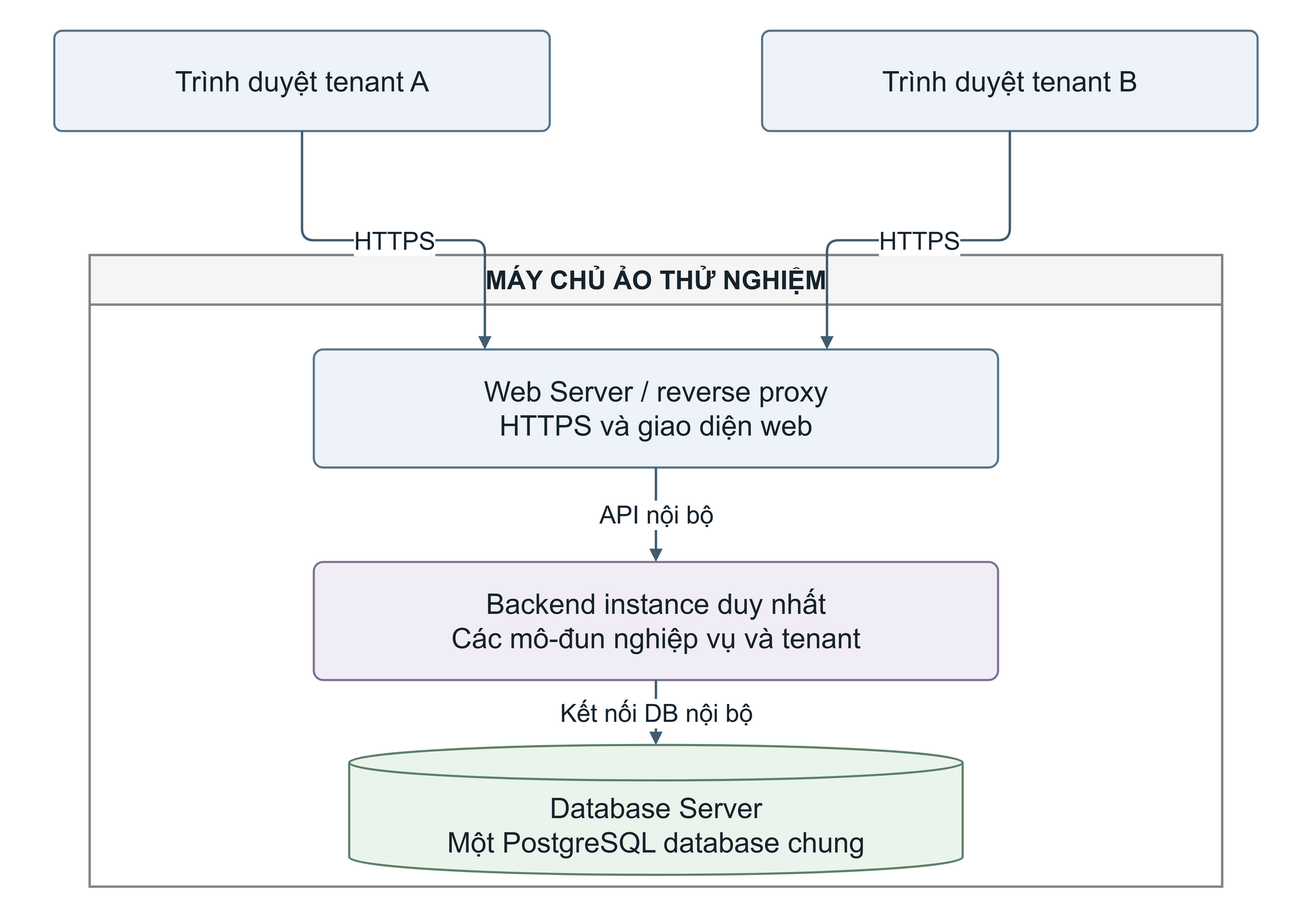
Above: output/report-theo-dany/figures/editable-png/hinh_3_7_trien_khai.drawio.png in Hungcb123/NCKH-Hung (draw.io), before the change. Source tidied: cells renumbered, new cells last; positions are measured from the earlier drawing's top-left corner, leaving out a move shared by most shapes. Its diagram source:
```xml
<mxGraphModel background="#ffffff">
  <root>
    <mxCell id="0" />
    <mxCell id="1" parent="0" />
    <mxCell id="2" style="html=1;whiteSpace=wrap;fontFamily=Arial;fontColor=#16232D;fontSize=24;spacing=10;align=center;verticalAlign=middle;fillColor=none;strokeColor=none;" parent="1" vertex="1">
      <mxGeometry width="1100" height="760" as="geometry" />
    </mxCell>
    <mxCell id="3" value="Trình duyệt tenant A" style="html=1;whiteSpace=wrap;fontFamily=Arial;fontColor=#16232D;fontSize=24;spacing=10;align=center;verticalAlign=middle;rounded=1;arcSize=8;fillColor=#EDF3F8;strokeColor=#57748C;strokeWidth=1.8;" parent="1" vertex="1">
      <mxGeometry x="40" y="20" width="420" height="85" as="geometry" />
    </mxCell>
    <mxCell id="4" value="Trình duyệt tenant B" style="html=1;whiteSpace=wrap;fontFamily=Arial;fontColor=#16232D;fontSize=24;spacing=10;align=center;verticalAlign=middle;rounded=1;arcSize=8;fillColor=#EDF3F8;strokeColor=#57748C;strokeWidth=1.8;" parent="1" vertex="1">
      <mxGeometry x="640" y="20" width="420" height="85" as="geometry" />
    </mxCell>
    <mxCell id="5" value="MÁY CHỦ ẢO THỬ NGHIỆM" style="html=1;whiteSpace=wrap;fontFamily=Arial;fontColor=#16232D;fontSize=24;spacing=10;align=center;verticalAlign=middle;swimlane;startSize=42;horizontal=1;fontSize=22;fontStyle=1;fillColor=#F5F5F5;swimlaneFillColor=#FFFFFF;strokeColor=#7D858B;strokeWidth=2;" parent="1" vertex="1">
      <mxGeometry x="70" y="210" width="960" height="535" as="geometry" />
    </mxCell>
    <mxCell id="6" value="Web Server / reverse proxy&#10;HTTPS và giao diện web" style="html=1;whiteSpace=wrap;fontFamily=Arial;fontColor=#16232D;fontSize=24;spacing=10;align=center;verticalAlign=middle;rounded=1;arcSize=8;fillColor=#EDF3F8;strokeColor=#57748C;strokeWidth=1.8;" parent="1" vertex="1">
      <mxGeometry x="260" y="290" width="580" height="100" as="geometry" />
    </mxCell>
    <mxCell id="7" value="Backend instance duy nhất&#10;Các mô-đun nghiệp vụ và tenant" style="html=1;whiteSpace=wrap;fontFamily=Arial;fontColor=#16232D;fontSize=24;spacing=10;align=center;verticalAlign=middle;rounded=1;arcSize=8;fillColor=#F1EDF7;strokeColor=#837294;strokeWidth=1.8;" parent="1" vertex="1">
      <mxGeometry x="260" y="470" width="580" height="100" as="geometry" />
    </mxCell>
    <mxCell id="8" value="Database Server&#10;Một PostgreSQL database chung" style="html=1;whiteSpace=wrap;fontFamily=Arial;fontColor=#16232D;fontSize=24;spacing=10;align=center;verticalAlign=middle;shape=cylinder3;size=15;boundedLbl=1;fillColor=#EAF4EC;strokeColor=#5C8168;strokeWidth=1.8;" parent="1" vertex="1">
      <mxGeometry x="290" y="625" width="520" height="110" as="geometry" />
    </mxCell>
    <mxCell id="9" value="HTTPS" style="edgeStyle=orthogonalEdgeStyle;rounded=1;jettySize=auto;html=1;fontFamily=Arial;fontSize=21;fontColor=#16232D;labelBackgroundColor=#FFFFFF;strokeColor=#425C70;strokeWidth=2;endArrow=block;endFill=1;exitX=0.5;exitY=1;entryX=0.25;entryY=0;" parent="1" edge="1" source="3" target="6">
      <mxGeometry relative="1" as="geometry" />
    </mxCell>
    <mxCell id="10" value="HTTPS" style="edgeStyle=orthogonalEdgeStyle;rounded=1;jettySize=auto;html=1;fontFamily=Arial;fontSize=21;fontColor=#16232D;labelBackgroundColor=#FFFFFF;strokeColor=#425C70;strokeWidth=2;endArrow=block;endFill=1;exitX=0.5;exitY=1;entryX=0.75;entryY=0;" parent="1" edge="1" source="4" target="6">
      <mxGeometry relative="1" as="geometry" />
    </mxCell>
    <mxCell id="11" value="API nội bộ" style="edgeStyle=orthogonalEdgeStyle;rounded=1;jettySize=auto;html=1;fontFamily=Arial;fontSize=21;fontColor=#16232D;labelBackgroundColor=#FFFFFF;strokeColor=#425C70;strokeWidth=2;endArrow=block;endFill=1;exitX=0.5;exitY=1;entryX=0.5;entryY=0;" parent="1" edge="1" source="6" target="7">
      <mxGeometry relative="1" as="geometry" />
    </mxCell>
    <mxCell id="12" value="Kết nối DB nội bộ" style="edgeStyle=orthogonalEdgeStyle;rounded=1;jettySize=auto;html=1;fontFamily=Arial;fontSize=21;fontColor=#16232D;labelBackgroundColor=#FFFFFF;strokeColor=#425C70;strokeWidth=2;endArrow=block;endFill=1;exitX=0.5;exitY=1;entryX=0.5;entryY=0;" parent="1" edge="1" source="7" target="8">
      <mxGeometry relative="1" as="geometry" />
    </mxCell>
  </root>
</mxGraphModel>
```
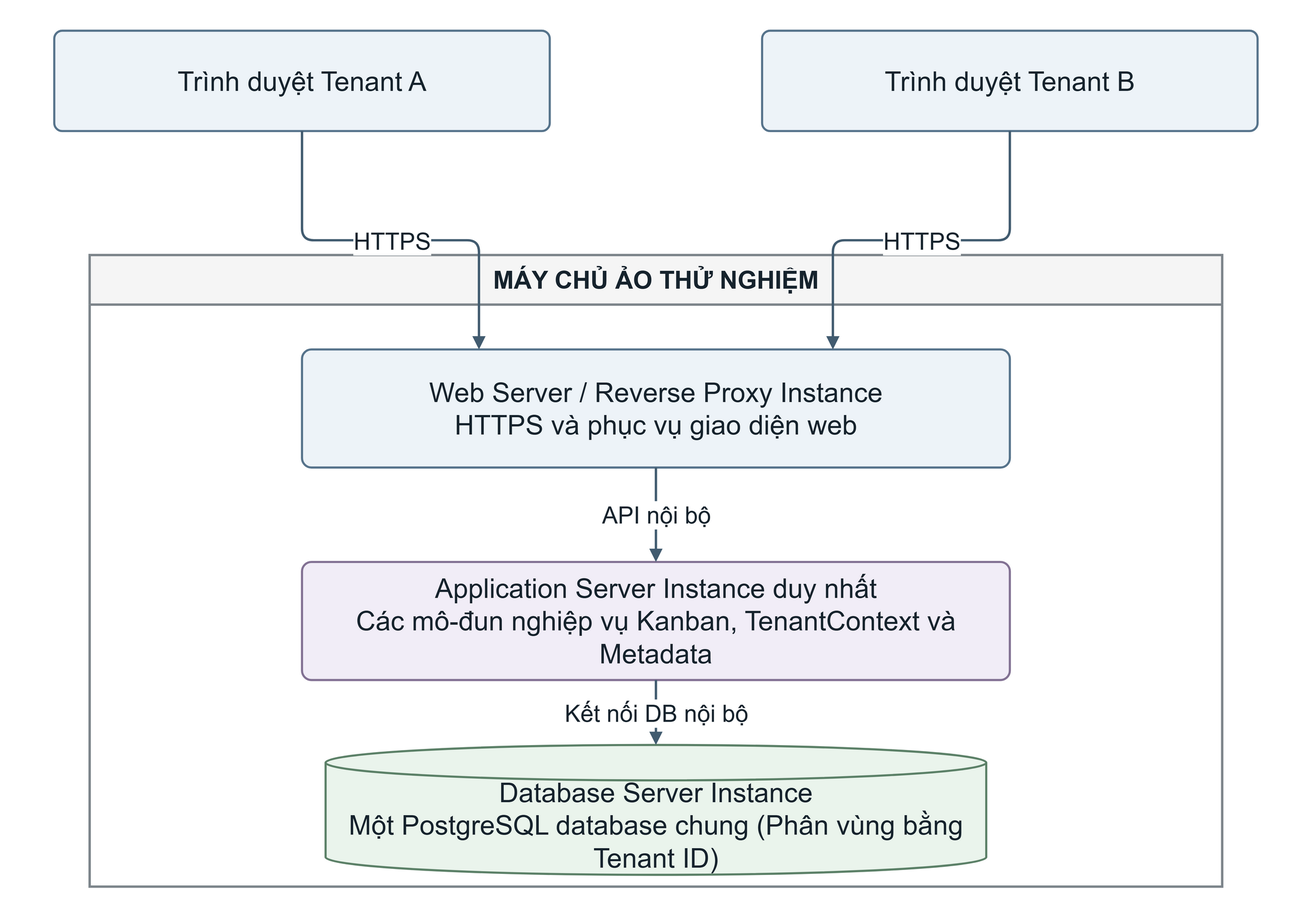
Later version of the same file.

The edit, as a diff of the source:
```diff
@@ -5,34 +5,34 @@
     <mxCell id="2" style="html=1;whiteSpace=wrap;fontFamily=Arial;fontColor=#16232D;fontSize=24;spacing=10;align=center;verticalAlign=middle;fillColor=none;strokeColor=none;" parent="1" vertex="1">
       <mxGeometry width="1100" height="760" as="geometry" />
     </mxCell>
-    <mxCell id="3" value="Trình duyệt tenant A" style="html=1;whiteSpace=wrap;fontFamily=Arial;fontColor=#16232D;fontSize=24;spacing=10;align=center;verticalAlign=middle;rounded=1;arcSize=8;fillColor=#EDF3F8;strokeColor=#57748C;strokeWidth=1.8;" parent="1" vertex="1">
+    <mxCell id="3" value="Trình duyệt Tenant A" style="html=1;whiteSpace=wrap;fontFamily=Arial;fontColor=#16232D;fontSize=24;spacing=10;align=center;verticalAlign=middle;rounded=1;arcSize=8;fontSize=23;fillColor=#EDF3F8;strokeColor=#57748C;strokeWidth=1.8;" parent="1" vertex="1">
       <mxGeometry x="40" y="20" width="420" height="85" as="geometry" />
     </mxCell>
-    <mxCell id="4" value="Trình duyệt tenant B" style="html=1;whiteSpace=wrap;fontFamily=Arial;fontColor=#16232D;fontSize=24;spacing=10;align=center;verticalAlign=middle;rounded=1;arcSize=8;fillColor=#EDF3F8;strokeColor=#57748C;strokeWidth=1.8;" parent="1" vertex="1">
+    <mxCell id="4" value="Trình duyệt Tenant B" style="html=1;whiteSpace=wrap;fontFamily=Arial;fontColor=#16232D;fontSize=24;spacing=10;align=center;verticalAlign=middle;rounded=1;arcSize=8;fontSize=23;fillColor=#EDF3F8;strokeColor=#57748C;strokeWidth=1.8;" parent="1" vertex="1">
       <mxGeometry x="640" y="20" width="420" height="85" as="geometry" />
     </mxCell>
-    <mxCell id="5" value="MÁY CHỦ ẢO THỬ NGHIỆM" style="html=1;whiteSpace=wrap;fontFamily=Arial;fontColor=#16232D;fontSize=24;spacing=10;align=center;verticalAlign=middle;swimlane;startSize=42;horizontal=1;fontSize=22;fontStyle=1;fillColor=#F5F5F5;swimlaneFillColor=#FFFFFF;strokeColor=#7D858B;strokeWidth=2;" parent="1" vertex="1">
+    <mxCell id="5" value="MÁY CHỦ ẢO THỬ NGHIỆM" style="html=1;whiteSpace=wrap;fontFamily=Arial;fontColor=#16232D;fontSize=24;spacing=10;align=center;verticalAlign=middle;swimlane;startSize=42;horizontal=1;fontSize=21;fontStyle=1;fillColor=#F5F5F5;swimlaneFillColor=#FFFFFF;strokeColor=#7D858B;strokeWidth=2;" parent="1" vertex="1">
       <mxGeometry x="70" y="210" width="960" height="535" as="geometry" />
     </mxCell>
-    <mxCell id="6" value="Web Server / reverse proxy&#10;HTTPS và giao diện web" style="html=1;whiteSpace=wrap;fontFamily=Arial;fontColor=#16232D;fontSize=24;spacing=10;align=center;verticalAlign=middle;rounded=1;arcSize=8;fillColor=#EDF3F8;strokeColor=#57748C;strokeWidth=1.8;" parent="1" vertex="1">
-      <mxGeometry x="260" y="290" width="580" height="100" as="geometry" />
+    <mxCell id="6" value="Web Server / Reverse Proxy Instance&#10;HTTPS và phục vụ giao diện web" style="html=1;whiteSpace=wrap;fontFamily=Arial;fontColor=#16232D;fontSize=24;spacing=10;align=center;verticalAlign=middle;rounded=1;arcSize=8;fontSize=23;fillColor=#EDF3F8;strokeColor=#57748C;strokeWidth=1.8;" parent="1" vertex="1">
+      <mxGeometry x="250" y="290" width="600" height="100" as="geometry" />
     </mxCell>
-    <mxCell id="7" value="Backend instance duy nhất&#10;Các mô-đun nghiệp vụ và tenant" style="html=1;whiteSpace=wrap;fontFamily=Arial;fontColor=#16232D;fontSize=24;spacing=10;align=center;verticalAlign=middle;rounded=1;arcSize=8;fillColor=#F1EDF7;strokeColor=#837294;strokeWidth=1.8;" parent="1" vertex="1">
-      <mxGeometry x="260" y="470" width="580" height="100" as="geometry" />
+    <mxCell id="7" value="Application Server Instance duy nhất&#10;Các mô-đun nghiệp vụ Kanban, TenantContext và Metadata" style="html=1;whiteSpace=wrap;fontFamily=Arial;fontColor=#16232D;fontSize=24;spacing=10;align=center;verticalAlign=middle;rounded=1;arcSize=8;fontSize=23;fillColor=#F1EDF7;strokeColor=#837294;strokeWidth=1.8;" parent="1" vertex="1">
+      <mxGeometry x="250" y="470" width="600" height="100" as="geometry" />
     </mxCell>
-    <mxCell id="8" value="Database Server&#10;Một PostgreSQL database chung" style="html=1;whiteSpace=wrap;fontFamily=Arial;fontColor=#16232D;fontSize=24;spacing=10;align=center;verticalAlign=middle;shape=cylinder3;size=15;boundedLbl=1;fillColor=#EAF4EC;strokeColor=#5C8168;strokeWidth=1.8;" parent="1" vertex="1">
-      <mxGeometry x="290" y="625" width="520" height="110" as="geometry" />
+    <mxCell id="8" value="Database Server Instance&#10;Một PostgreSQL database chung (Phân vùng bằng Tenant ID)" style="html=1;whiteSpace=wrap;fontFamily=Arial;fontColor=#16232D;fontSize=24;spacing=10;align=center;verticalAlign=middle;shape=cylinder3;size=15;boundedLbl=1;fontSize=23;fillColor=#EAF4EC;strokeColor=#5C8168;strokeWidth=1.8;" parent="1" vertex="1">
+      <mxGeometry x="270" y="625" width="560" height="110" as="geometry" />
     </mxCell>
-    <mxCell id="9" value="HTTPS" style="edgeStyle=orthogonalEdgeStyle;rounded=1;jettySize=auto;html=1;fontFamily=Arial;fontSize=21;fontColor=#16232D;labelBackgroundColor=#FFFFFF;strokeColor=#425C70;strokeWidth=2;endArrow=block;endFill=1;exitX=0.5;exitY=1;entryX=0.25;entryY=0;" parent="1" edge="1" source="3" target="6">
+    <mxCell id="9" value="HTTPS" style="edgeStyle=orthogonalEdgeStyle;rounded=1;jettySize=auto;html=1;fontFamily=Arial;fontSize=20;fontColor=#16232D;labelBackgroundColor=#FFFFFF;strokeColor=#425C70;strokeWidth=2;endArrow=block;endFill=1;exitX=0.5;exitY=1;entryX=0.25;entryY=0;" parent="1" edge="1" source="3" target="6">
       <mxGeometry relative="1" as="geometry" />
     </mxCell>
-    <mxCell id="10" value="HTTPS" style="edgeStyle=orthogonalEdgeStyle;rounded=1;jettySize=auto;html=1;fontFamily=Arial;fontSize=21;fontColor=#16232D;labelBackgroundColor=#FFFFFF;strokeColor=#425C70;strokeWidth=2;endArrow=block;endFill=1;exitX=0.5;exitY=1;entryX=0.75;entryY=0;" parent="1" edge="1" source="4" target="6">
+    <mxCell id="10" value="HTTPS" style="edgeStyle=orthogonalEdgeStyle;rounded=1;jettySize=auto;html=1;fontFamily=Arial;fontSize=20;fontColor=#16232D;labelBackgroundColor=#FFFFFF;strokeColor=#425C70;strokeWidth=2;endArrow=block;endFill=1;exitX=0.5;exitY=1;entryX=0.75;entryY=0;" parent="1" edge="1" source="4" target="6">
       <mxGeometry relative="1" as="geometry" />
     </mxCell>
-    <mxCell id="11" value="API nội bộ" style="edgeStyle=orthogonalEdgeStyle;rounded=1;jettySize=auto;html=1;fontFamily=Arial;fontSize=21;fontColor=#16232D;labelBackgroundColor=#FFFFFF;strokeColor=#425C70;strokeWidth=2;endArrow=block;endFill=1;exitX=0.5;exitY=1;entryX=0.5;entryY=0;" parent="1" edge="1" source="6" target="7">
+    <mxCell id="11" value="API nội bộ" style="edgeStyle=orthogonalEdgeStyle;rounded=1;jettySize=auto;html=1;fontFamily=Arial;fontSize=20;fontColor=#16232D;labelBackgroundColor=#FFFFFF;strokeColor=#425C70;strokeWidth=2;endArrow=block;endFill=1;exitX=0.5;exitY=1;entryX=0.5;entryY=0;" parent="1" edge="1" source="6" target="7">
       <mxGeometry relative="1" as="geometry" />
     </mxCell>
-    <mxCell id="12" value="Kết nối DB nội bộ" style="edgeStyle=orthogonalEdgeStyle;rounded=1;jettySize=auto;html=1;fontFamily=Arial;fontSize=21;fontColor=#16232D;labelBackgroundColor=#FFFFFF;strokeColor=#425C70;strokeWidth=2;endArrow=block;endFill=1;exitX=0.5;exitY=1;entryX=0.5;entryY=0;" parent="1" edge="1" source="7" target="8">
+    <mxCell id="12" value="Kết nối DB nội bộ" style="edgeStyle=orthogonalEdgeStyle;rounded=1;jettySize=auto;html=1;fontFamily=Arial;fontSize=20;fontColor=#16232D;labelBackgroundColor=#FFFFFF;strokeColor=#425C70;strokeWidth=2;endArrow=block;endFill=1;exitX=0.5;exitY=1;entryX=0.5;entryY=0;" parent="1" edge="1" source="7" target="8">
       <mxGeometry relative="1" as="geometry" />
     </mxCell>
   </root>
```
